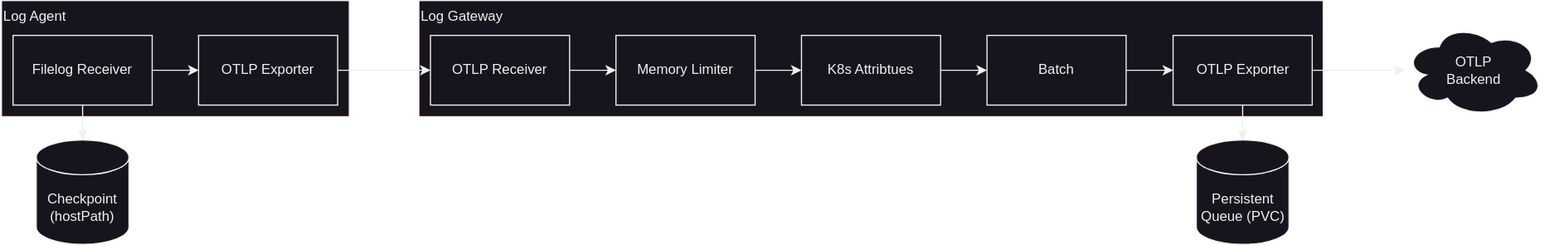
The draw.io diagram docs/contributor/pocs/assets/otlp-logs.drawio.svg in kyma-project/telemetry-manager, before a commit. Source tidied: cells renumbered, new cells last; positions are measured from the earlier drawing's top-left corner, leaving out a move shared by most shapes. Its diagram source:
```xml
<mxGraphModel>
  <root>
    <mxCell id="0" />
    <mxCell id="1" parent="0" />
    <mxCell id="2" value="Log Agent" style="rounded=0;whiteSpace=wrap;html=1;verticalAlign=top;align=left;" parent="1" vertex="1">
      <mxGeometry width="300" height="100" as="geometry" />
    </mxCell>
    <mxCell id="3" style="edgeStyle=orthogonalEdgeStyle;rounded=0;jettySize=auto;html=1;exitX=0.5;exitY=1;exitDx=0;exitDy=0;" parent="1" edge="1" source="5" target="6">
      <mxGeometry relative="1" as="geometry" />
    </mxCell>
    <mxCell id="4" style="edgeStyle=orthogonalEdgeStyle;rounded=0;jettySize=auto;html=1;exitX=1;exitY=0.5;exitDx=0;exitDy=0;" parent="1" edge="1" source="5" target="7">
      <mxGeometry relative="1" as="geometry" />
    </mxCell>
    <mxCell id="5" value="Filelog Receiver" style="rounded=0;whiteSpace=wrap;html=1;" parent="1" vertex="1">
      <mxGeometry x="10" y="30" width="120" height="60" as="geometry" />
    </mxCell>
    <mxCell id="6" value="Checkpoint (hostPath)" style="shape=cylinder3;whiteSpace=wrap;html=1;boundedLbl=1;backgroundOutline=1;size=15;" parent="1" vertex="1">
      <mxGeometry x="30" y="120" width="80" height="90" as="geometry" />
    </mxCell>
    <mxCell id="7" value="OTLP Exporter" style="rounded=0;whiteSpace=wrap;html=1;" parent="1" vertex="1">
      <mxGeometry x="170" y="30" width="120" height="60" as="geometry" />
    </mxCell>
    <mxCell id="8" value="Log Gateway" style="rounded=0;whiteSpace=wrap;html=1;align=left;verticalAlign=top;" parent="1" vertex="1">
      <mxGeometry x="360" width="780" height="100" as="geometry" />
    </mxCell>
    <mxCell id="9" style="edgeStyle=orthogonalEdgeStyle;rounded=0;jettySize=auto;html=1;exitX=1;exitY=0.5;exitDx=0;exitDy=0;" parent="1" edge="1" source="10" target="12">
      <mxGeometry relative="1" as="geometry" />
    </mxCell>
    <mxCell id="10" value="OTLP Receiver" style="rounded=0;whiteSpace=wrap;html=1;" parent="1" vertex="1">
      <mxGeometry x="370" y="30" width="120" height="60" as="geometry" />
    </mxCell>
    <mxCell id="11" style="edgeStyle=orthogonalEdgeStyle;rounded=0;jettySize=auto;html=1;exitX=1;exitY=0.5;exitDx=0;exitDy=0;" parent="1" edge="1" source="12" target="14">
      <mxGeometry relative="1" as="geometry" />
    </mxCell>
    <mxCell id="12" value="Memory Limiter" style="rounded=0;whiteSpace=wrap;html=1;" parent="1" vertex="1">
      <mxGeometry x="530" y="30" width="120" height="60" as="geometry" />
    </mxCell>
    <mxCell id="13" style="edgeStyle=orthogonalEdgeStyle;rounded=0;jettySize=auto;html=1;exitX=1;exitY=0.5;exitDx=0;exitDy=0;" parent="1" edge="1" source="14" target="16">
      <mxGeometry relative="1" as="geometry" />
    </mxCell>
    <mxCell id="14" value="K8s Attribtues" style="rounded=0;whiteSpace=wrap;html=1;" parent="1" vertex="1">
      <mxGeometry x="690" y="30" width="120" height="60" as="geometry" />
    </mxCell>
    <mxCell id="15" style="edgeStyle=orthogonalEdgeStyle;rounded=0;jettySize=auto;html=1;exitX=1;exitY=0.5;exitDx=0;exitDy=0;" parent="1" edge="1" source="16" target="18">
      <mxGeometry relative="1" as="geometry" />
    </mxCell>
    <mxCell id="16" value="Batch" style="rounded=0;whiteSpace=wrap;html=1;" parent="1" vertex="1">
      <mxGeometry x="850" y="30" width="120" height="60" as="geometry" />
    </mxCell>
    <mxCell id="17" style="edgeStyle=orthogonalEdgeStyle;rounded=0;jettySize=auto;html=1;exitX=1;exitY=0.5;exitDx=0;exitDy=0;" parent="1" edge="1" source="18">
      <mxGeometry relative="1" as="geometry">
        <mxPoint x="1210" y="60" as="targetPoint" />
      </mxGeometry>
    </mxCell>
    <mxCell id="18" value="OTLP Exporter" style="rounded=0;whiteSpace=wrap;html=1;" parent="1" vertex="1">
      <mxGeometry x="1010.5" y="30" width="120" height="60" as="geometry" />
    </mxCell>
    <mxCell id="19" value="Persistent Queue (PVC)" style="shape=cylinder3;whiteSpace=wrap;html=1;boundedLbl=1;backgroundOutline=1;size=15;" parent="1" vertex="1">
      <mxGeometry x="1030.5" y="120" width="80" height="90" as="geometry" />
    </mxCell>
    <mxCell id="20" style="edgeStyle=orthogonalEdgeStyle;rounded=0;jettySize=auto;html=1;exitX=0.5;exitY=1;exitDx=0;exitDy=0;entryX=0.5;entryY=0;entryDx=0;entryDy=0;entryPerimeter=0;" parent="1" edge="1" source="18" target="19">
      <mxGeometry relative="1" as="geometry" />
    </mxCell>
    <mxCell id="21" style="edgeStyle=orthogonalEdgeStyle;rounded=0;jettySize=auto;html=1;exitX=1;exitY=0.5;exitDx=0;exitDy=0;" parent="1" edge="1" source="7" target="10">
      <mxGeometry relative="1" as="geometry" />
    </mxCell>
    <mxCell id="22" value="OTLP&lt;br&gt;Backend" style="ellipse;shape=cloud;whiteSpace=wrap;html=1;" parent="1" vertex="1">
      <mxGeometry x="1210" y="20" width="120" height="80" as="geometry" />
    </mxCell>
  </root>
</mxGraphModel>
```
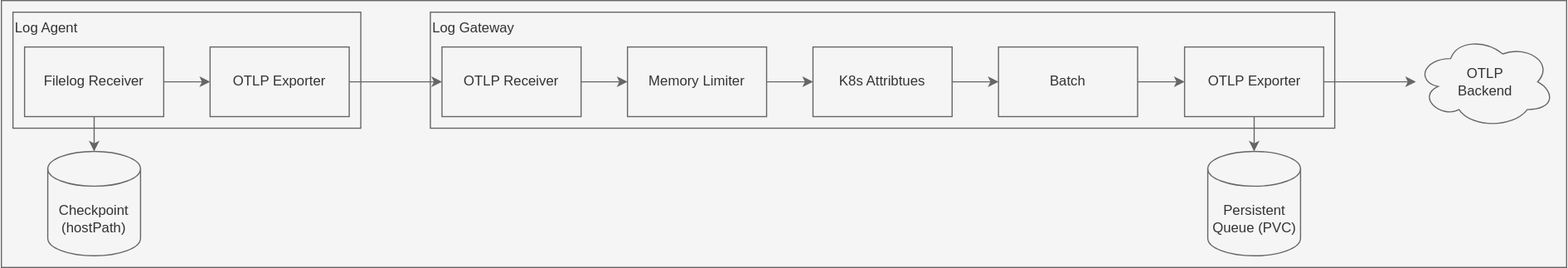
The same file after the commit.

Commit message:
Change figure to white background

What changed in the source:
```diff
@@ -2,69 +2,72 @@
   <root>
     <mxCell id="0" />
     <mxCell id="1" parent="0" />
+    <mxCell id="23" style="rounded=0;whiteSpace=wrap;html=1;fillColor=#f5f5f5;fontColor=#333333;strokeColor=#666666;" parent="1" vertex="1">
+      <mxGeometry x="-10" y="-10" width="1350" height="230" as="geometry" />
+    </mxCell>
-    <mxCell id="2" value="Log Agent" style="rounded=0;whiteSpace=wrap;html=1;verticalAlign=top;align=left;" parent="1" vertex="1">
+    <mxCell id="2" value="Log Agent" style="rounded=0;whiteSpace=wrap;html=1;verticalAlign=top;align=left;fillColor=#f5f5f5;fontColor=#333333;strokeColor=#666666;" parent="1" vertex="1">
       <mxGeometry width="300" height="100" as="geometry" />
     </mxCell>
-    <mxCell id="3" style="edgeStyle=orthogonalEdgeStyle;rounded=0;jettySize=auto;html=1;exitX=0.5;exitY=1;exitDx=0;exitDy=0;" parent="1" edge="1" source="5" target="6">
+    <mxCell id="3" style="edgeStyle=orthogonalEdgeStyle;rounded=0;jettySize=auto;html=1;exitX=0.5;exitY=1;exitDx=0;exitDy=0;fillColor=#f5f5f5;strokeColor=#666666;" parent="1" edge="1" source="5" target="6">
       <mxGeometry relative="1" as="geometry" />
     </mxCell>
-    <mxCell id="4" style="edgeStyle=orthogonalEdgeStyle;rounded=0;jettySize=auto;html=1;exitX=1;exitY=0.5;exitDx=0;exitDy=0;" parent="1" edge="1" source="5" target="7">
+    <mxCell id="4" style="edgeStyle=orthogonalEdgeStyle;rounded=0;jettySize=auto;html=1;exitX=1;exitY=0.5;exitDx=0;exitDy=0;fillColor=#f5f5f5;strokeColor=#666666;" parent="1" edge="1" source="5" target="7">
       <mxGeometry relative="1" as="geometry" />
     </mxCell>
-    <mxCell id="5" value="Filelog Receiver" style="rounded=0;whiteSpace=wrap;html=1;" parent="1" vertex="1">
+    <mxCell id="5" value="Filelog Receiver" style="rounded=0;whiteSpace=wrap;html=1;fillColor=#f5f5f5;fontColor=#333333;strokeColor=#666666;" parent="1" vertex="1">
       <mxGeometry x="10" y="30" width="120" height="60" as="geometry" />
     </mxCell>
-    <mxCell id="6" value="Checkpoint (hostPath)" style="shape=cylinder3;whiteSpace=wrap;html=1;boundedLbl=1;backgroundOutline=1;size=15;" parent="1" vertex="1">
+    <mxCell id="6" value="Checkpoint (hostPath)" style="shape=cylinder3;whiteSpace=wrap;html=1;boundedLbl=1;backgroundOutline=1;size=15;fillColor=#f5f5f5;fontColor=#333333;strokeColor=#666666;" parent="1" vertex="1">
       <mxGeometry x="30" y="120" width="80" height="90" as="geometry" />
     </mxCell>
-    <mxCell id="7" value="OTLP Exporter" style="rounded=0;whiteSpace=wrap;html=1;" parent="1" vertex="1">
+    <mxCell id="7" value="OTLP Exporter" style="rounded=0;whiteSpace=wrap;html=1;fillColor=#f5f5f5;fontColor=#333333;strokeColor=#666666;" parent="1" vertex="1">
       <mxGeometry x="170" y="30" width="120" height="60" as="geometry" />
     </mxCell>
-    <mxCell id="8" value="Log Gateway" style="rounded=0;whiteSpace=wrap;html=1;align=left;verticalAlign=top;" parent="1" vertex="1">
+    <mxCell id="8" value="Log Gateway" style="rounded=0;whiteSpace=wrap;html=1;align=left;verticalAlign=top;fillColor=#f5f5f5;fontColor=#333333;strokeColor=#666666;" parent="1" vertex="1">
       <mxGeometry x="360" width="780" height="100" as="geometry" />
     </mxCell>
-    <mxCell id="9" style="edgeStyle=orthogonalEdgeStyle;rounded=0;jettySize=auto;html=1;exitX=1;exitY=0.5;exitDx=0;exitDy=0;" parent="1" edge="1" source="10" target="12">
+    <mxCell id="9" style="edgeStyle=orthogonalEdgeStyle;rounded=0;jettySize=auto;html=1;exitX=1;exitY=0.5;exitDx=0;exitDy=0;fillColor=#f5f5f5;strokeColor=#666666;" parent="1" edge="1" source="10" target="12">
       <mxGeometry relative="1" as="geometry" />
     </mxCell>
-    <mxCell id="10" value="OTLP Receiver" style="rounded=0;whiteSpace=wrap;html=1;" parent="1" vertex="1">
+    <mxCell id="10" value="OTLP Receiver" style="rounded=0;whiteSpace=wrap;html=1;fillColor=#f5f5f5;fontColor=#333333;strokeColor=#666666;" parent="1" vertex="1">
       <mxGeometry x="370" y="30" width="120" height="60" as="geometry" />
     </mxCell>
-    <mxCell id="11" style="edgeStyle=orthogonalEdgeStyle;rounded=0;jettySize=auto;html=1;exitX=1;exitY=0.5;exitDx=0;exitDy=0;" parent="1" edge="1" source="12" target="14">
+    <mxCell id="11" style="edgeStyle=orthogonalEdgeStyle;rounded=0;jettySize=auto;html=1;exitX=1;exitY=0.5;exitDx=0;exitDy=0;fillColor=#f5f5f5;strokeColor=#666666;" parent="1" edge="1" source="12" target="14">
       <mxGeometry relative="1" as="geometry" />
     </mxCell>
-    <mxCell id="12" value="Memory Limiter" style="rounded=0;whiteSpace=wrap;html=1;" parent="1" vertex="1">
+    <mxCell id="12" value="Memory Limiter" style="rounded=0;whiteSpace=wrap;html=1;fillColor=#f5f5f5;fontColor=#333333;strokeColor=#666666;" parent="1" vertex="1">
       <mxGeometry x="530" y="30" width="120" height="60" as="geometry" />
     </mxCell>
-    <mxCell id="13" style="edgeStyle=orthogonalEdgeStyle;rounded=0;jettySize=auto;html=1;exitX=1;exitY=0.5;exitDx=0;exitDy=0;" parent="1" edge="1" source="14" target="16">
+    <mxCell id="13" style="edgeStyle=orthogonalEdgeStyle;rounded=0;jettySize=auto;html=1;exitX=1;exitY=0.5;exitDx=0;exitDy=0;fillColor=#f5f5f5;strokeColor=#666666;" parent="1" edge="1" source="14" target="16">
       <mxGeometry relative="1" as="geometry" />
     </mxCell>
-    <mxCell id="14" value="K8s Attribtues" style="rounded=0;whiteSpace=wrap;html=1;" parent="1" vertex="1">
+    <mxCell id="14" value="K8s Attribtues" style="rounded=0;whiteSpace=wrap;html=1;fillColor=#f5f5f5;fontColor=#333333;strokeColor=#666666;" parent="1" vertex="1">
       <mxGeometry x="690" y="30" width="120" height="60" as="geometry" />
     </mxCell>
-    <mxCell id="15" style="edgeStyle=orthogonalEdgeStyle;rounded=0;jettySize=auto;html=1;exitX=1;exitY=0.5;exitDx=0;exitDy=0;" parent="1" edge="1" source="16" target="18">
+    <mxCell id="15" style="edgeStyle=orthogonalEdgeStyle;rounded=0;jettySize=auto;html=1;exitX=1;exitY=0.5;exitDx=0;exitDy=0;fillColor=#f5f5f5;strokeColor=#666666;" parent="1" edge="1" source="16" target="18">
       <mxGeometry relative="1" as="geometry" />
     </mxCell>
-    <mxCell id="16" value="Batch" style="rounded=0;whiteSpace=wrap;html=1;" parent="1" vertex="1">
+    <mxCell id="16" value="Batch" style="rounded=0;whiteSpace=wrap;html=1;fillColor=#f5f5f5;fontColor=#333333;strokeColor=#666666;" parent="1" vertex="1">
       <mxGeometry x="850" y="30" width="120" height="60" as="geometry" />
     </mxCell>
-    <mxCell id="17" style="edgeStyle=orthogonalEdgeStyle;rounded=0;jettySize=auto;html=1;exitX=1;exitY=0.5;exitDx=0;exitDy=0;" parent="1" edge="1" source="18">
+    <mxCell id="17" style="edgeStyle=orthogonalEdgeStyle;rounded=0;jettySize=auto;html=1;exitX=1;exitY=0.5;exitDx=0;exitDy=0;fillColor=#f5f5f5;strokeColor=#666666;" parent="1" edge="1" source="18">
       <mxGeometry relative="1" as="geometry">
         <mxPoint x="1210" y="60" as="targetPoint" />
       </mxGeometry>
     </mxCell>
-    <mxCell id="18" value="OTLP Exporter" style="rounded=0;whiteSpace=wrap;html=1;" parent="1" vertex="1">
+    <mxCell id="18" value="OTLP Exporter" style="rounded=0;whiteSpace=wrap;html=1;fillColor=#f5f5f5;fontColor=#333333;strokeColor=#666666;" parent="1" vertex="1">
       <mxGeometry x="1010.5" y="30" width="120" height="60" as="geometry" />
     </mxCell>
-    <mxCell id="19" value="Persistent Queue (PVC)" style="shape=cylinder3;whiteSpace=wrap;html=1;boundedLbl=1;backgroundOutline=1;size=15;" parent="1" vertex="1">
+    <mxCell id="19" value="Persistent Queue (PVC)" style="shape=cylinder3;whiteSpace=wrap;html=1;boundedLbl=1;backgroundOutline=1;size=15;fillColor=#f5f5f5;fontColor=#333333;strokeColor=#666666;" parent="1" vertex="1">
       <mxGeometry x="1030.5" y="120" width="80" height="90" as="geometry" />
     </mxCell>
-    <mxCell id="20" style="edgeStyle=orthogonalEdgeStyle;rounded=0;jettySize=auto;html=1;exitX=0.5;exitY=1;exitDx=0;exitDy=0;entryX=0.5;entryY=0;entryDx=0;entryDy=0;entryPerimeter=0;" parent="1" edge="1" source="18" target="19">
+    <mxCell id="20" style="edgeStyle=orthogonalEdgeStyle;rounded=0;jettySize=auto;html=1;exitX=0.5;exitY=1;exitDx=0;exitDy=0;entryX=0.5;entryY=0;entryDx=0;entryDy=0;entryPerimeter=0;fillColor=#f5f5f5;strokeColor=#666666;" parent="1" edge="1" source="18" target="19">
       <mxGeometry relative="1" as="geometry" />
     </mxCell>
-    <mxCell id="21" style="edgeStyle=orthogonalEdgeStyle;rounded=0;jettySize=auto;html=1;exitX=1;exitY=0.5;exitDx=0;exitDy=0;" parent="1" edge="1" source="7" target="10">
+    <mxCell id="21" style="edgeStyle=orthogonalEdgeStyle;rounded=0;jettySize=auto;html=1;exitX=1;exitY=0.5;exitDx=0;exitDy=0;fillColor=#f5f5f5;strokeColor=#666666;" parent="1" edge="1" source="7" target="10">
       <mxGeometry relative="1" as="geometry" />
     </mxCell>
-    <mxCell id="22" value="OTLP&lt;br&gt;Backend" style="ellipse;shape=cloud;whiteSpace=wrap;html=1;" parent="1" vertex="1">
+    <mxCell id="22" value="OTLP&lt;br&gt;Backend" style="ellipse;shape=cloud;whiteSpace=wrap;html=1;fillColor=#f5f5f5;fontColor=#333333;strokeColor=#666666;" parent="1" vertex="1">
       <mxGeometry x="1210" y="20" width="120" height="80" as="geometry" />
     </mxCell>
   </root>
```
